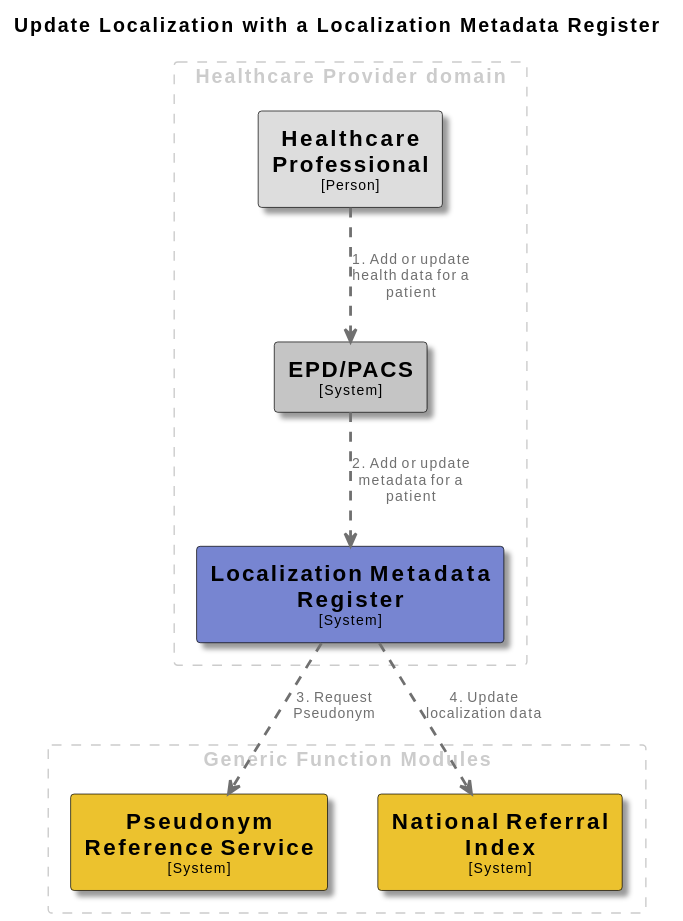
Earlier version of the PlantUML export docs/images/structurizr-UpdateLocalizationWithMetadataRegister.svg (minvws/gfmodules-coordination).
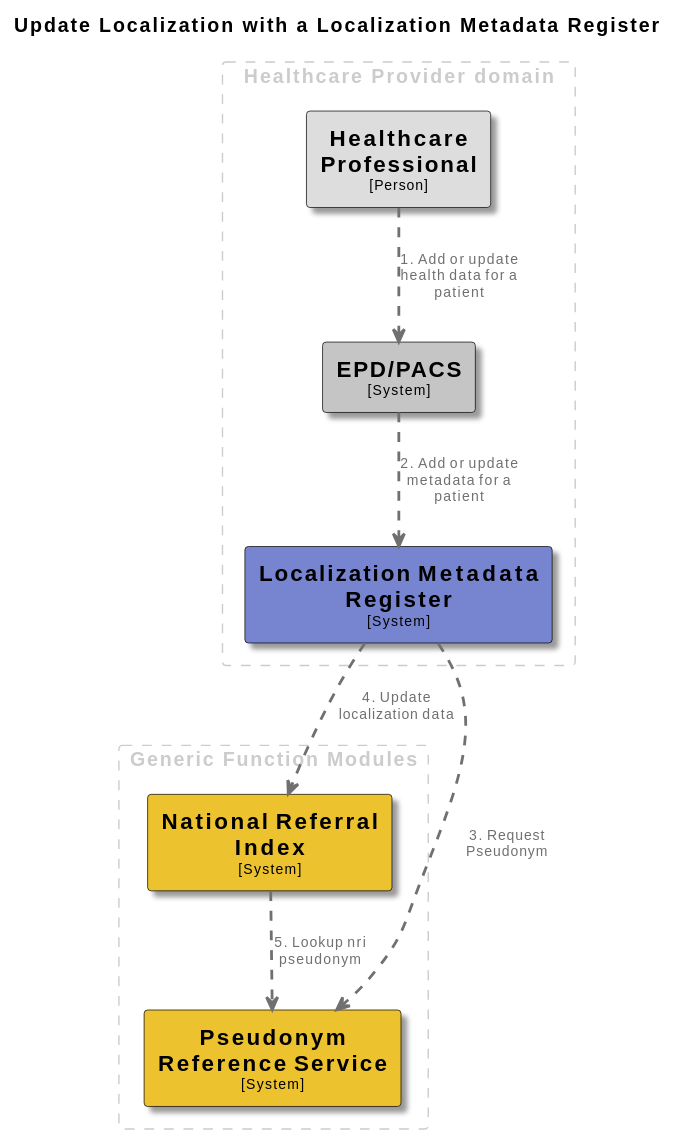
Later version of the same file.

Diff of the diagram source:
```diff
@@ -67,4 +67,5 @@
 EPDPACS .[#707070,thickness=2].> LocalizationMetadataRegister : "<color:#707070>2. Add or update metadata for a patient"
 LocalizationMetadataRegister .[#707070,thickness=2].> PseudonymReferenceService : "<color:#707070>3. Request Pseudonym"
 LocalizationMetadataRegister .[#707070,thickness=2].> NationalReferralIndex : "<color:#707070>4. Update localization data"
+NationalReferralIndex .[#707070,thickness=2].> PseudonymReferenceService : "<color:#707070>5. Lookup nri pseudonym"
 @enduml
```
